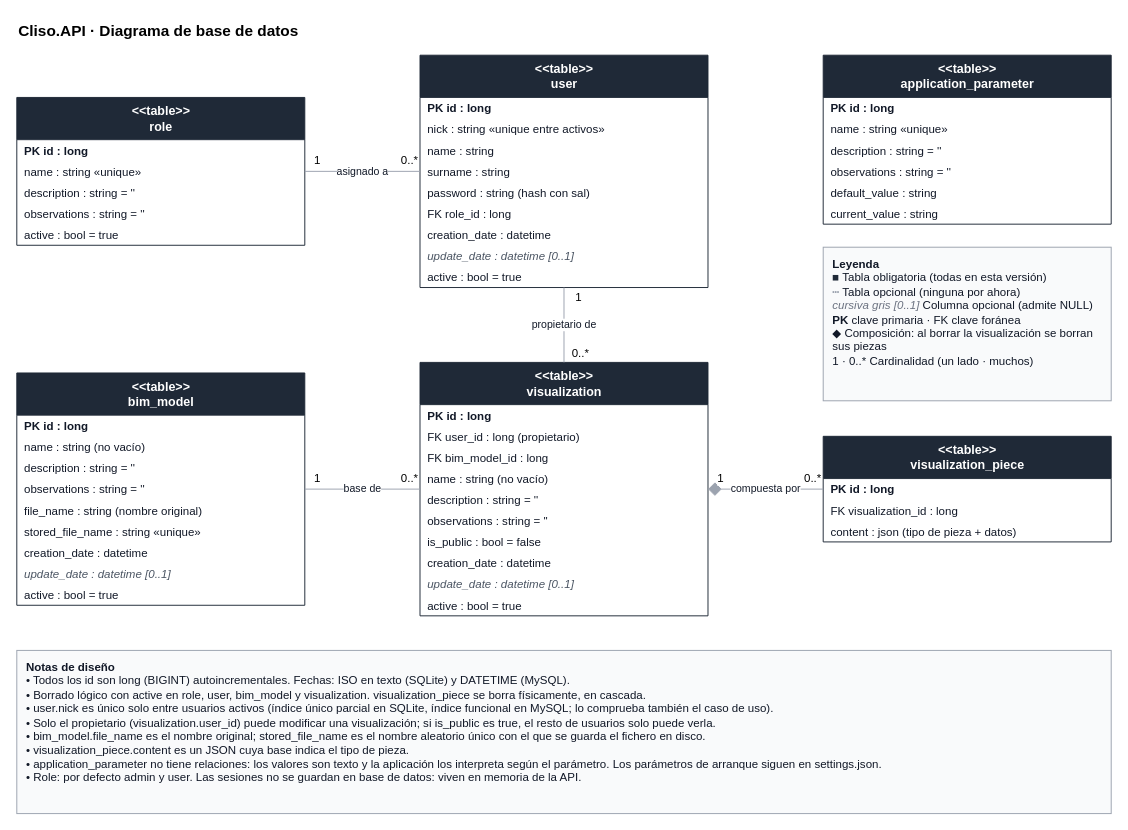
Aaron-B-D/Cliso keeps this draw.io diagram as Documentation/Database/[Diseño] Cliso.API - Base de datos.drawio. Above is the earlier version. Source tidied: cells renumbered, new cells numbered last; positions are measured from the earlier drawing's top-left corner, leaving out a move shared by most shapes. Both pictures are drawn from the tidied source at 96%, with x=0, y=0 at pixel (16, 16).
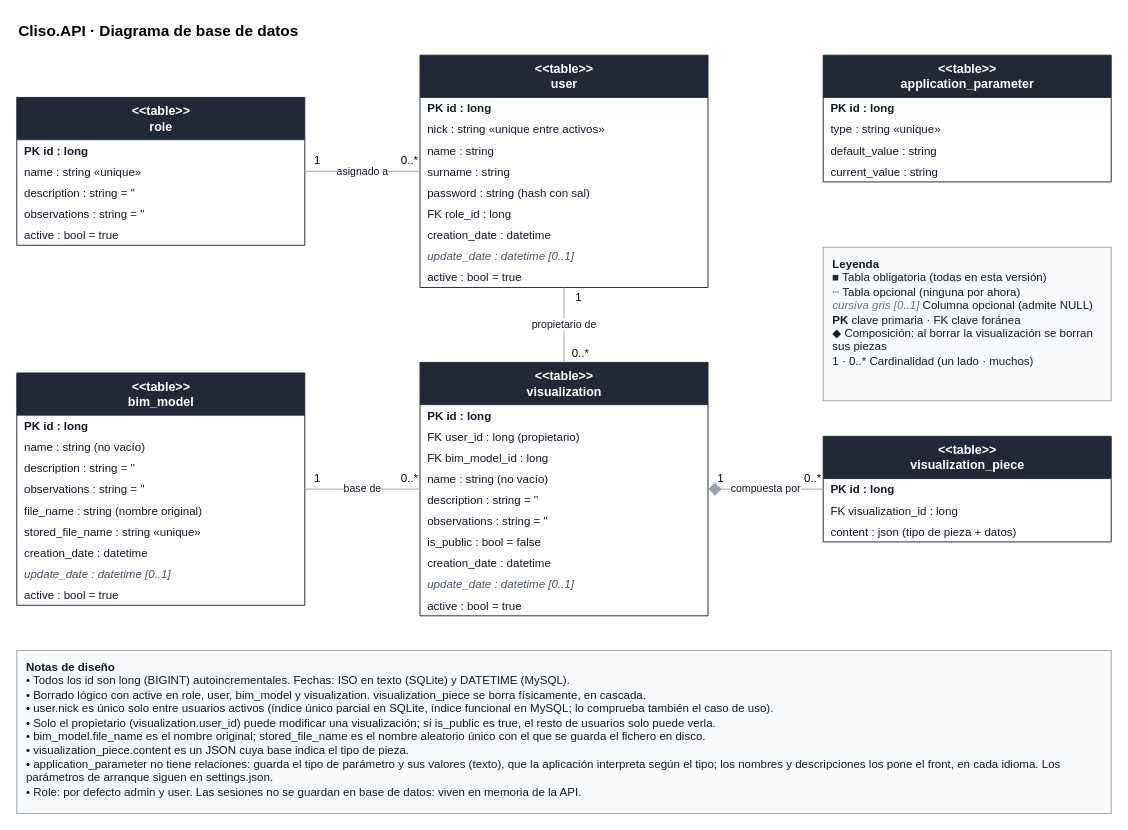
After the change.

The edit, as a diff of the source:
```diff
@@
     <mxCell id="19" value="&amp;lt;&amp;lt;table&amp;gt;&amp;gt;&lt;br&gt;application_parameter" style="swimlane;fontStyle=1;align=center;verticalAlign=middle;horizontal=1;startSize=44;html=1;fillColor=#1f2937;fontColor=#ffffff;strokeColor=#1f2937;swimlaneFillColor=#ffffff;fontSize=13;" parent="1" vertex="1">
-      <mxGeometry x="840" y="40" width="300" height="176" as="geometry" />
+      <mxGeometry x="840" y="40" width="300" height="132" as="geometry" />
     </mxCell>
@@
-    <mxCell id="21" value="name : string  «unique»" style="text;strokeColor=none;fillColor=none;align=left;verticalAlign=middle;spacingLeft=6;spacingRight=4;overflow=hidden;fontSize=12;fontColor=#111827;" parent="19" vertex="1">
+    <mxCell id="21" value="type : string  «unique»" style="text;strokeColor=none;fillColor=none;align=left;verticalAlign=middle;spacingLeft=6;spacingRight=4;overflow=hidden;fontSize=12;fontColor=#111827;" parent="19" vertex="1">
       <mxGeometry y="66" width="300" height="22" as="geometry" />
     </mxCell>
-    <mxCell id="22" value="description : string = ''" style="text;strokeColor=none;fillColor=none;align=left;verticalAlign=middle;spacingLeft=6;spacingRight=4;overflow=hidden;fontSize=12;fontColor=#111827;" parent="19" vertex="1">
-      <mxGeometry y="88" width="300" height="22" as="geometry" />
-    </mxCell>
-    <mxCell id="23" value="observations : string = ''" style="text;strokeColor=none;fillColor=none;align=left;verticalAlign=middle;spacingLeft=6;spacingRight=4;overflow=hidden;fontSize=12;fontColor=#111827;" parent="19" vertex="1">
-      <mxGeometry y="110" width="300" height="22" as="geometry" />
-    </mxCell>
     <mxCell id="24" value="default_value : string" style="text;strokeColor=none;fillColor=none;align=left;verticalAlign=middle;spacingLeft=6;spacingRight=4;overflow=hidden;fontSize=12;fontColor=#111827;" parent="19" vertex="1">
-      <mxGeometry y="132" width="300" height="22" as="geometry" />
+      <mxGeometry y="88" width="300" height="22" as="geometry" />
     </mxCell>
     <mxCell id="25" value="current_value : string" style="text;strokeColor=none;fillColor=none;align=left;verticalAlign=middle;spacingLeft=6;spacingRight=4;overflow=hidden;fontSize=12;fontColor=#111827;" parent="19" vertex="1">
-      <mxGeometry y="154" width="300" height="22" as="geometry" />
+      <mxGeometry y="110" width="300" height="22" as="geometry" />
     </mxCell>
@@
-    <mxCell id="64" value="&lt;b&gt;Notas de diseño&lt;/b&gt;&lt;br&gt;• Todos los id son long (BIGINT) autoincrementales. Fechas: ISO en texto (SQLite) y DATETIME (MySQL).&lt;br&gt;• Borrado lógico con active en role, user, bim_model y visualization. visualization_piece se borra físicamente, en cascada.&lt;br&gt;• user.nick es único solo entre usuarios activos (índice único parcial en SQLite, índice funcional en MySQL; lo comprueba también el caso de uso).&lt;br&gt;• Solo el propietario (visualization.user_id) puede modificar una visualización; si is_public es true, el resto de usuarios solo puede verla.&lt;br&gt;• bim_model.file_name es el nombre original; stored_file_name es el nombre aleatorio único con el que se guarda el fichero en disco.&lt;br&gt;• visualization_piece.content es un JSON cuya base indica el tipo de pieza.&lt;br&gt;• application_parameter no tiene relaciones: los valores son texto y la aplicación los interpreta según el parámetro. Los parámetros de arranque siguen en settings.json.&lt;br&gt;• Role: por defecto admin y user. Las sesiones no se guardan en base de datos: viven en memoria de la API." style="rounded=0;whiteSpace=wrap;html=1;align=left;verticalAlign=top;spacingLeft=8;spacingTop=4;fillColor=#f9fafb;strokeColor=#9ca3af;fontSize=12;fontColor=#111827;" parent="1" vertex="1">
+    <mxCell id="64" value="&lt;b&gt;Notas de diseño&lt;/b&gt;&lt;br&gt;• Todos los id son long (BIGINT) autoincrementales. Fechas: ISO en texto (SQLite) y DATETIME (MySQL).&lt;br&gt;• Borrado lógico con active en role, user, bim_model y visualization. visualization_piece se borra físicamente, en cascada.&lt;br&gt;• user.nick es único solo entre usuarios activos (índice único parcial en SQLite, índice funcional en MySQL; lo comprueba también el caso de uso).&lt;br&gt;• Solo el propietario (visualization.user_id) puede modificar una visualización; si is_public es true, el resto de usuarios solo puede verla.&lt;br&gt;• bim_model.file_name es el nombre original; stored_file_name es el nombre aleatorio único con el que se guarda el fichero en disco.&lt;br&gt;• visualization_piece.content es un JSON cuya base indica el tipo de pieza.&lt;br&gt;• application_parameter no tiene relaciones: guarda el tipo de parámetro y sus valores (texto), que la aplicación interpreta según el tipo; los nombres y descripciones los pone el front, en cada idioma. Los parámetros de arranque siguen en settings.json.&lt;br&gt;• Role: por defecto admin y user. Las sesiones no se guardan en base de datos: viven en memoria de la API." style="rounded=0;whiteSpace=wrap;html=1;align=left;verticalAlign=top;spacingLeft=8;spacingTop=4;fillColor=#f9fafb;strokeColor=#9ca3af;fontSize=12;fontColor=#111827;" parent="1" vertex="1">
       <mxGeometry y="660" width="1140" height="170" as="geometry" />
     </mxCell>
```
